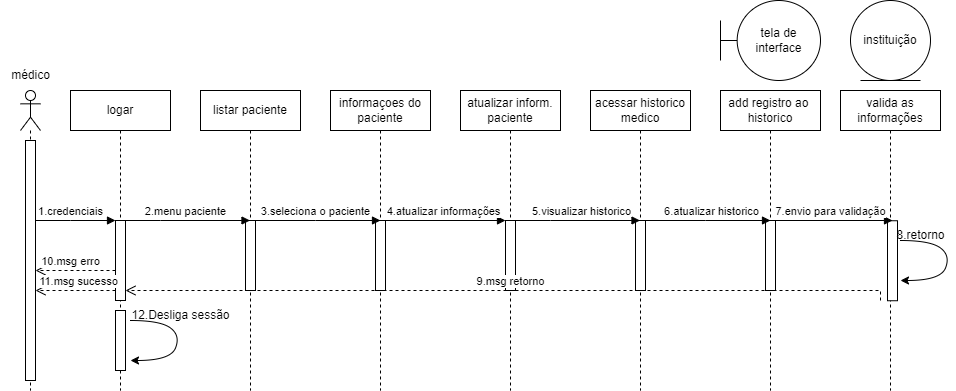
Before: DIAGRAMAS/DS.MEDICO.png, a diagram exported from draw.io (tbgbarros/PI-2-DSM2SEM). Source tidied: cells renumbered, new cells last; positions are measured from the earlier drawing's top-left corner, leaving out a move shared by most shapes.
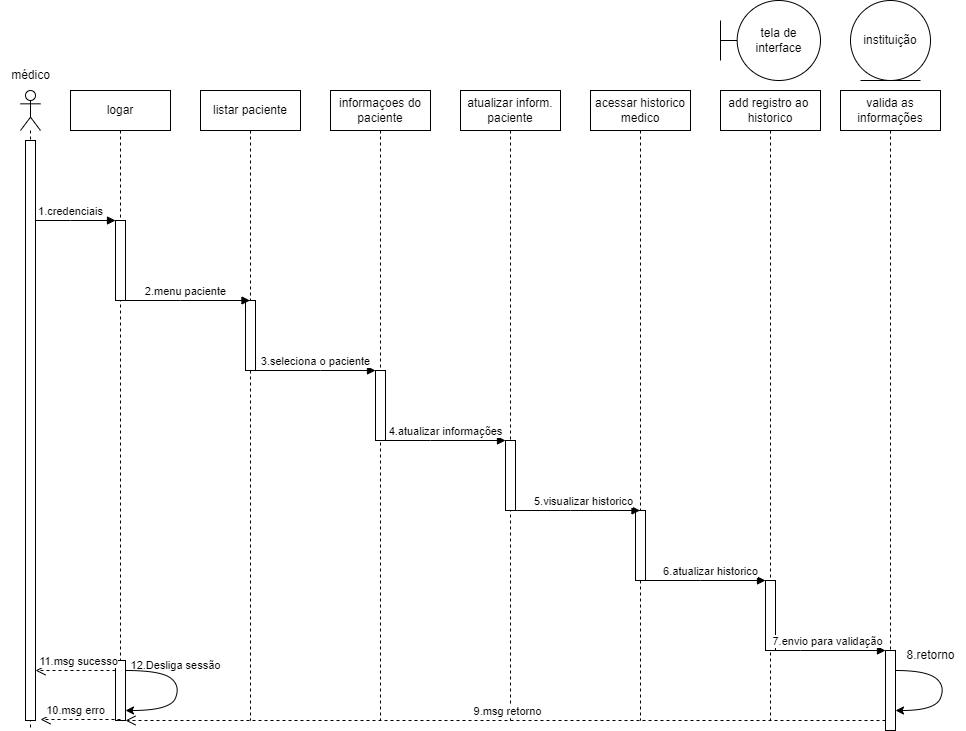
Above is the later version.

Diff of the diagram source:
```diff
@@ -6,62 +6,69 @@
       <mxGeometry x="720" width="100" height="80" as="geometry" />
     </mxCell>
     <mxCell id="3" value="atualizar inform.&lt;br&gt;paciente" style="shape=umlLifeline;perimeter=lifelinePerimeter;whiteSpace=wrap;html=1;newEdgeStyle={&quot;edgeStyle&quot;:&quot;elbowEdgeStyle&quot;,&quot;elbow&quot;:&quot;vertical&quot;,&quot;curved&quot;:0,&quot;rounded&quot;:0};" parent="1" vertex="1">
-      <mxGeometry x="460" y="90" width="100" height="300" as="geometry" />
+      <mxGeometry x="460" y="90" width="100" height="630" as="geometry" />
     </mxCell>
-    <mxCell id="4" style="html=1;points=[];perimeter=orthogonalPerimeter;outlineConnect=0;targetShapes=umlLifeline;portConstraint=eastwest;newEdgeStyle={&quot;edgeStyle&quot;:&quot;elbowEdgeStyle&quot;,&quot;elbow&quot;:&quot;vertical&quot;,&quot;curved&quot;:0,&quot;rounded&quot;:0};" parent="3" vertex="1">
-      <mxGeometry x="45" y="130" width="10" height="70" as="geometry" />
-    </mxCell>
     <mxCell id="5" value="acessar historico&lt;br&gt;medico" style="shape=umlLifeline;perimeter=lifelinePerimeter;whiteSpace=wrap;html=1;outlineConnect=0;portConstraint=eastwest;newEdgeStyle={&quot;edgeStyle&quot;:&quot;elbowEdgeStyle&quot;,&quot;elbow&quot;:&quot;vertical&quot;,&quot;curved&quot;:0,&quot;rounded&quot;:0};" parent="1" vertex="1">
-      <mxGeometry x="590" y="90" width="100" height="300" as="geometry" />
+      <mxGeometry x="590" y="90" width="100" height="630" as="geometry" />
     </mxCell>
     <mxCell id="6" style="html=1;points=[];perimeter=orthogonalPerimeter;outlineConnect=0;targetShapes=umlLifeline;portConstraint=eastwest;newEdgeStyle={&quot;edgeStyle&quot;:&quot;elbowEdgeStyle&quot;,&quot;elbow&quot;:&quot;vertical&quot;,&quot;curved&quot;:0,&quot;rounded&quot;:0};" parent="5" vertex="1">
-      <mxGeometry x="45" y="130" width="10" height="70" as="geometry" />
+      <mxGeometry x="45" y="420" width="10" height="70" as="geometry" />
     </mxCell>
     <mxCell id="7" value="informaçoes do&lt;br&gt;paciente" style="shape=umlLifeline;perimeter=lifelinePerimeter;whiteSpace=wrap;html=1;newEdgeStyle={&quot;edgeStyle&quot;:&quot;elbowEdgeStyle&quot;,&quot;elbow&quot;:&quot;vertical&quot;,&quot;curved&quot;:0,&quot;rounded&quot;:0};" parent="1" vertex="1">
-      <mxGeometry x="330" y="90" width="100" height="300" as="geometry" />
+      <mxGeometry x="330" y="90" width="100" height="630" as="geometry" />
     </mxCell>
-    <mxCell id="8" style="html=1;points=[];perimeter=orthogonalPerimeter;outlineConnect=0;targetShapes=umlLifeline;portConstraint=eastwest;newEdgeStyle={&quot;edgeStyle&quot;:&quot;elbowEdgeStyle&quot;,&quot;elbow&quot;:&quot;vertical&quot;,&quot;curved&quot;:0,&quot;rounded&quot;:0};" parent="7" vertex="1">
-      <mxGeometry x="45" y="130" width="10" height="70" as="geometry" />
-    </mxCell>
     <mxCell id="9" value="listar paciente" style="shape=umlLifeline;perimeter=lifelinePerimeter;whiteSpace=wrap;html=1;outlineConnect=0;portConstraint=eastwest;newEdgeStyle={&quot;edgeStyle&quot;:&quot;elbowEdgeStyle&quot;,&quot;elbow&quot;:&quot;vertical&quot;,&quot;curved&quot;:0,&quot;rounded&quot;:0};" parent="1" vertex="1">
-      <mxGeometry x="200" y="90" width="100" height="300" as="geometry" />
+      <mxGeometry x="200" y="90" width="100" height="630" as="geometry" />
     </mxCell>
     <mxCell id="10" style="html=1;points=[];perimeter=orthogonalPerimeter;outlineConnect=0;targetShapes=umlLifeline;portConstraint=eastwest;newEdgeStyle={&quot;edgeStyle&quot;:&quot;elbowEdgeStyle&quot;,&quot;elbow&quot;:&quot;vertical&quot;,&quot;curved&quot;:0,&quot;rounded&quot;:0};" parent="9" vertex="1">
-      <mxGeometry x="45" y="130" width="10" height="70" as="geometry" />
+      <mxGeometry x="45" y="210" width="10" height="70" as="geometry" />
     </mxCell>
     <mxCell id="11" value="logar" style="shape=umlLifeline;perimeter=lifelinePerimeter;whiteSpace=wrap;html=1;newEdgeStyle={&quot;edgeStyle&quot;:&quot;elbowEdgeStyle&quot;,&quot;elbow&quot;:&quot;vertical&quot;,&quot;curved&quot;:0,&quot;rounded&quot;:0};size=40;" parent="1" vertex="1">
-      <mxGeometry x="70" y="90" width="100" height="300" as="geometry" />
+      <mxGeometry x="70" y="90" width="100" height="630" as="geometry" />
     </mxCell>
     <mxCell id="12" style="html=1;points=[];perimeter=orthogonalPerimeter;outlineConnect=0;targetShapes=umlLifeline;portConstraint=eastwest;newEdgeStyle={&quot;edgeStyle&quot;:&quot;elbowEdgeStyle&quot;,&quot;elbow&quot;:&quot;vertical&quot;,&quot;curved&quot;:0,&quot;rounded&quot;:0};" parent="11" vertex="1">
       <mxGeometry x="45" y="130" width="10" height="80" as="geometry" />
     </mxCell>
     <mxCell id="13" style="html=1;points=[];perimeter=orthogonalPerimeter;outlineConnect=0;targetShapes=umlLifeline;portConstraint=eastwest;newEdgeStyle={&quot;edgeStyle&quot;:&quot;elbowEdgeStyle&quot;,&quot;elbow&quot;:&quot;vertical&quot;,&quot;curved&quot;:0,&quot;rounded&quot;:0};" parent="11" vertex="1">
-      <mxGeometry x="45" y="220" width="10" height="60" as="geometry" />
+      <mxGeometry x="45" y="570" width="10" height="60" as="geometry" />
     </mxCell>
+    <mxCell id="30" style="curved=1;endArrow=classic;html=1;rounded=0;" parent="11" edge="1" source="13" target="13">
+      <mxGeometry relative="1" as="geometry">
+        <Array as="points">
+          <mxPoint x="90" y="580" />
+          <mxPoint x="110" y="595" />
+          <mxPoint x="100" y="620" />
+        </Array>
+      </mxGeometry>
+    </mxCell>
     <mxCell id="14" value="add registro ao&amp;nbsp;&lt;br&gt;historico" style="shape=umlLifeline;perimeter=lifelinePerimeter;whiteSpace=wrap;html=1;newEdgeStyle={&quot;edgeStyle&quot;:&quot;elbowEdgeStyle&quot;,&quot;elbow&quot;:&quot;vertical&quot;,&quot;curved&quot;:0,&quot;rounded&quot;:0};" parent="1" vertex="1">
-      <mxGeometry x="720" y="90" width="100" height="300" as="geometry" />
+      <mxGeometry x="720" y="90" width="100" height="630" as="geometry" />
     </mxCell>
     <mxCell id="15" style="html=1;points=[];perimeter=orthogonalPerimeter;outlineConnect=0;targetShapes=umlLifeline;portConstraint=eastwest;newEdgeStyle={&quot;edgeStyle&quot;:&quot;elbowEdgeStyle&quot;,&quot;elbow&quot;:&quot;vertical&quot;,&quot;curved&quot;:0,&quot;rounded&quot;:0};" parent="14" vertex="1">
-      <mxGeometry x="45" y="130" width="10" height="70" as="geometry" />
+      <mxGeometry x="45" y="490" width="10" height="70" as="geometry" />
     </mxCell>
     <mxCell id="16" style="shape=umlLifeline;perimeter=lifelinePerimeter;whiteSpace=wrap;html=1;newEdgeStyle={&quot;edgeStyle&quot;:&quot;elbowEdgeStyle&quot;,&quot;elbow&quot;:&quot;vertical&quot;,&quot;curved&quot;:0,&quot;rounded&quot;:0};participant=umlActor;" parent="1" vertex="1">
-      <mxGeometry x="20" y="90" width="20" height="300" as="geometry" />
+      <mxGeometry x="20" y="90" width="20" height="640" as="geometry" />
     </mxCell>
     <mxCell id="17" style="html=1;points=[];perimeter=orthogonalPerimeter;outlineConnect=0;targetShapes=umlLifeline;portConstraint=eastwest;newEdgeStyle={&quot;edgeStyle&quot;:&quot;elbowEdgeStyle&quot;,&quot;elbow&quot;:&quot;vertical&quot;,&quot;curved&quot;:0,&quot;rounded&quot;:0};" parent="16" vertex="1">
-      <mxGeometry x="5" y="50" width="10" height="240" as="geometry" />
+      <mxGeometry x="5" y="50" width="10" height="580" as="geometry" />
     </mxCell>
     <mxCell id="18" value="médico" style="text;html=1;align=center;verticalAlign=middle;strokeColor=none;fillColor=none;" parent="1" vertex="1">
       <mxGeometry y="60" width="60" height="30" as="geometry" />
     </mxCell>
     <mxCell id="19" value="2.menu paciente" style="html=1;verticalAlign=bottom;endArrow=block;edgeStyle=elbowEdgeStyle;elbow=vertical;curved=0;rounded=0;" parent="1" edge="1" target="9">
       <mxGeometry relative="1" as="geometry">
-        <mxPoint x="120" y="220" as="sourcePoint" />
+        <mxPoint x="120" y="300" as="sourcePoint" />
+        <Array as="points">
+          <mxPoint x="180" y="300" />
+        </Array>
       </mxGeometry>
     </mxCell>
-    <mxCell id="20" value="3.seleciona o paciente" style="html=1;verticalAlign=bottom;endArrow=block;edgeStyle=elbowEdgeStyle;elbow=vertical;curved=0;rounded=0;" parent="1" edge="1">
+    <mxCell id="20" value="3.seleciona o paciente" style="html=1;verticalAlign=bottom;endArrow=block;edgeStyle=elbowEdgeStyle;elbow=vertical;curved=0;rounded=0;" parent="1" edge="1" source="10" target="8">
       <mxGeometry relative="1" as="geometry">
-        <mxPoint x="250" y="220" as="sourcePoint" />
-        <mxPoint x="380" y="220" as="targetPoint" />
+        <Array as="points">
+          <mxPoint x="320" y="370" />
+        </Array>
       </mxGeometry>
     </mxCell>
     <mxCell id="21" value="1.credenciais" style="html=1;verticalAlign=bottom;endArrow=block;edgeStyle=elbowEdgeStyle;elbow=vertical;curved=0;rounded=0;" parent="1" edge="1" source="17" target="12">
@@ -71,87 +78,81 @@
         </Array>
       </mxGeometry>
     </mxCell>
-    <mxCell id="22" value="4.atualizar informações" style="html=1;verticalAlign=bottom;endArrow=block;edgeStyle=elbowEdgeStyle;elbow=vertical;curved=0;rounded=0;" parent="1" edge="1" target="4">
+    <mxCell id="22" value="4.atualizar informações" style="html=1;verticalAlign=bottom;endArrow=block;edgeStyle=elbowEdgeStyle;elbow=vertical;curved=0;rounded=0;" parent="1" edge="1" source="8" target="4">
       <mxGeometry relative="1" as="geometry">
-        <mxPoint x="380" y="220" as="sourcePoint" />
+        <Array as="points">
+          <mxPoint x="430" y="440" />
+        </Array>
       </mxGeometry>
     </mxCell>
-    <mxCell id="23" value="5.visualizar historico" style="html=1;verticalAlign=bottom;endArrow=block;edgeStyle=elbowEdgeStyle;elbow=vertical;curved=0;rounded=0;" parent="1" edge="1" target="5">
+    <mxCell id="23" value="5.visualizar historico" style="html=1;verticalAlign=bottom;endArrow=block;edgeStyle=elbowEdgeStyle;elbow=vertical;curved=0;rounded=0;" parent="1" edge="1" source="4" target="5">
       <mxGeometry x="0.09" relative="1" as="geometry">
-        <mxPoint x="510" y="220" as="sourcePoint" />
+        <Array as="points">
+          <mxPoint x="570" y="510" />
+          <mxPoint x="610" y="510" />
+        </Array>
       </mxGeometry>
     </mxCell>
-    <mxCell id="24" value="6.atualizar historico" style="html=1;verticalAlign=bottom;endArrow=block;edgeStyle=elbowEdgeStyle;elbow=vertical;curved=0;rounded=0;" parent="1" edge="1">
+    <mxCell id="24" value="6.atualizar historico" style="html=1;verticalAlign=bottom;endArrow=block;edgeStyle=elbowEdgeStyle;elbow=vertical;curved=0;rounded=0;" parent="1" edge="1" source="6" target="15">
       <mxGeometry x="0.09" relative="1" as="geometry">
-        <mxPoint x="640" y="220" as="sourcePoint" />
-        <mxPoint x="770" y="220" as="targetPoint" />
+        <Array as="points">
+          <mxPoint x="700" y="580" />
+        </Array>
       </mxGeometry>
     </mxCell>
-    <mxCell id="25" value="10.msg erro" style="html=1;verticalAlign=bottom;endArrow=open;dashed=1;endSize=8;edgeStyle=elbowEdgeStyle;elbow=vertical;curved=0;rounded=0;" parent="1" edge="1" source="12" target="17">
+    <mxCell id="25" value="10.msg erro" style="html=1;verticalAlign=bottom;endArrow=open;dashed=1;endSize=8;edgeStyle=elbowEdgeStyle;elbow=vertical;curved=0;rounded=0;" parent="1" edge="1">
       <mxGeometry x="0.12" relative="1" as="geometry">
+        <mxPoint x="120" y="719" as="sourcePoint" />
+        <mxPoint x="40" y="719" as="targetPoint" />
         <Array as="points">
-          <mxPoint x="70" y="270" />
-          <mxPoint x="100" y="250" />
-          <mxPoint x="75" y="290" />
+          <mxPoint x="65" y="719" />
+          <mxPoint x="75" y="279" />
+          <mxPoint x="105" y="259" />
+          <mxPoint x="80" y="299" />
         </Array>
       </mxGeometry>
     </mxCell>
     <mxCell id="26" value="valida as informações" style="shape=umlLifeline;perimeter=lifelinePerimeter;whiteSpace=wrap;html=1;newEdgeStyle={&quot;edgeStyle&quot;:&quot;elbowEdgeStyle&quot;,&quot;elbow&quot;:&quot;vertical&quot;,&quot;curved&quot;:0,&quot;rounded&quot;:0};" parent="1" vertex="1">
-      <mxGeometry x="840" y="90" width="100" height="300" as="geometry" />
+      <mxGeometry x="840" y="90" width="100" height="640" as="geometry" />
     </mxCell>
-    <mxCell id="27" style="html=1;points=[];perimeter=orthogonalPerimeter;outlineConnect=0;targetShapes=umlLifeline;portConstraint=eastwest;newEdgeStyle={&quot;edgeStyle&quot;:&quot;elbowEdgeStyle&quot;,&quot;elbow&quot;:&quot;vertical&quot;,&quot;curved&quot;:0,&quot;rounded&quot;:0};" parent="26" vertex="1">
-      <mxGeometry x="47" y="130.2" width="10" height="80" as="geometry" />
-    </mxCell>
     <mxCell id="28" value="instituição" style="ellipse;shape=umlEntity;whiteSpace=wrap;html=1;" parent="1" vertex="1">
       <mxGeometry x="850" width="80" height="80" as="geometry" />
     </mxCell>
     <mxCell id="29" value="7.envio para validação" style="html=1;verticalAlign=bottom;endArrow=block;edgeStyle=elbowEdgeStyle;elbow=vertical;curved=0;rounded=0;" parent="1" edge="1" source="15" target="27">
       <mxGeometry x="-0.06" relative="1" as="geometry">
         <Array as="points">
-          <mxPoint x="831" y="220" />
+          <mxPoint x="800" y="650" />
         </Array>
       </mxGeometry>
     </mxCell>
-    <mxCell id="30" style="curved=1;endArrow=classic;html=1;rounded=0;" parent="1" edge="1">
-      <mxGeometry relative="1" as="geometry">
-        <mxPoint x="130" y="320" as="sourcePoint" />
-        <mxPoint x="130" y="360" as="targetPoint" />
-        <Array as="points">
-          <mxPoint x="160" y="320" />
-          <mxPoint x="180" y="335" />
-          <mxPoint x="170" y="360" />
-        </Array>
-      </mxGeometry>
-    </mxCell>
     <mxCell id="31" value="8.retorno" style="text;html=1;align=center;verticalAlign=middle;strokeColor=none;fillColor=none;" parent="1" vertex="1">
-      <mxGeometry x="885" y="220" width="70" height="30" as="geometry" />
+      <mxGeometry x="895" y="640" width="70" height="30" as="geometry" />
     </mxCell>
-    <mxCell id="32" value="9.msg retorno" style="html=1;verticalAlign=bottom;endArrow=open;dashed=1;endSize=8;edgeStyle=elbowEdgeStyle;elbow=vertical;curved=0;rounded=0;" parent="1" edge="1" target="12">
+    <mxCell id="32" value="9.msg retorno" style="html=1;verticalAlign=bottom;endArrow=open;dashed=1;endSize=8;edgeStyle=elbowEdgeStyle;elbow=vertical;curved=0;rounded=0;" parent="1" edge="1" source="27" target="13">
       <mxGeometry x="-0.01" relative="1" as="geometry">
-        <mxPoint x="880" y="300" as="sourcePoint" />
         <Array as="points">
-          <mxPoint x="530" y="290" />
+          <mxPoint x="525" y="720" />
         </Array>
       </mxGeometry>
     </mxCell>
     <mxCell id="33" style="curved=1;endArrow=classic;html=1;rounded=0;" parent="1" edge="1">
       <mxGeometry relative="1" as="geometry">
-        <mxPoint x="900" y="240" as="sourcePoint" />
-        <mxPoint x="900" y="280" as="targetPoint" />
+        <mxPoint x="895" y="670" as="sourcePoint" />
+        <mxPoint x="895" y="710" as="targetPoint" />
         <Array as="points">
-          <mxPoint x="930" y="240" />
-          <mxPoint x="950" y="255" />
-          <mxPoint x="940" y="280" />
+          <mxPoint x="925" y="670" />
+          <mxPoint x="945" y="685" />
+          <mxPoint x="935" y="710" />
         </Array>
       </mxGeometry>
     </mxCell>
-    <mxCell id="34" value="12.Desliga sessão" style="text;html=1;align=center;verticalAlign=middle;strokeColor=none;fillColor=none;" parent="1" vertex="1">
-      <mxGeometry x="120" y="300" width="120" height="30" as="geometry" />
+    <mxCell id="34" value="&lt;font style=&quot;font-size: 11px;&quot;&gt;12.Desliga sessão&lt;/font&gt;" style="text;html=1;align=center;verticalAlign=middle;strokeColor=none;fillColor=none;" parent="1" vertex="1">
+      <mxGeometry x="120" y="650" width="110" height="30" as="geometry" />
     </mxCell>
-    <mxCell id="35" value="11.msg sucesso" style="html=1;verticalAlign=bottom;endArrow=open;dashed=1;endSize=8;edgeStyle=elbowEdgeStyle;elbow=vertical;curved=0;rounded=0;" parent="1" edge="1" source="12" target="17">
+    <mxCell id="35" value="11.msg sucesso" style="html=1;verticalAlign=bottom;endArrow=open;dashed=1;endSize=8;edgeStyle=elbowEdgeStyle;elbow=vertical;curved=0;rounded=0;" parent="1" edge="1" source="13" target="17">
       <mxGeometry x="-0.07" relative="1" as="geometry">
         <Array as="points">
-          <mxPoint x="80" y="290" />
+          <mxPoint x="100" y="670" />
           <mxPoint x="60" y="270" />
           <mxPoint x="80" y="250" />
           <mxPoint x="80" y="150" />
@@ -159,5 +160,14 @@
         </Array>
       </mxGeometry>
     </mxCell>
+    <mxCell id="8" style="html=1;points=[];perimeter=orthogonalPerimeter;outlineConnect=0;targetShapes=umlLifeline;portConstraint=eastwest;newEdgeStyle={&quot;edgeStyle&quot;:&quot;elbowEdgeStyle&quot;,&quot;elbow&quot;:&quot;vertical&quot;,&quot;curved&quot;:0,&quot;rounded&quot;:0};" parent="1" vertex="1">
+      <mxGeometry x="375" y="370" width="10" height="70" as="geometry" />
+    </mxCell>
+    <mxCell id="4" style="html=1;points=[];perimeter=orthogonalPerimeter;outlineConnect=0;targetShapes=umlLifeline;portConstraint=eastwest;newEdgeStyle={&quot;edgeStyle&quot;:&quot;elbowEdgeStyle&quot;,&quot;elbow&quot;:&quot;vertical&quot;,&quot;curved&quot;:0,&quot;rounded&quot;:0};" parent="1" vertex="1">
+      <mxGeometry x="505" y="440" width="10" height="70" as="geometry" />
+    </mxCell>
+    <mxCell id="27" style="html=1;points=[];perimeter=orthogonalPerimeter;outlineConnect=0;targetShapes=umlLifeline;portConstraint=eastwest;newEdgeStyle={&quot;edgeStyle&quot;:&quot;elbowEdgeStyle&quot;,&quot;elbow&quot;:&quot;vertical&quot;,&quot;curved&quot;:0,&quot;rounded&quot;:0};" parent="1" vertex="1">
+      <mxGeometry x="885" y="650" width="10" height="80" as="geometry" />
+    </mxCell>
   </root>
 </mxGraphModel>
```
